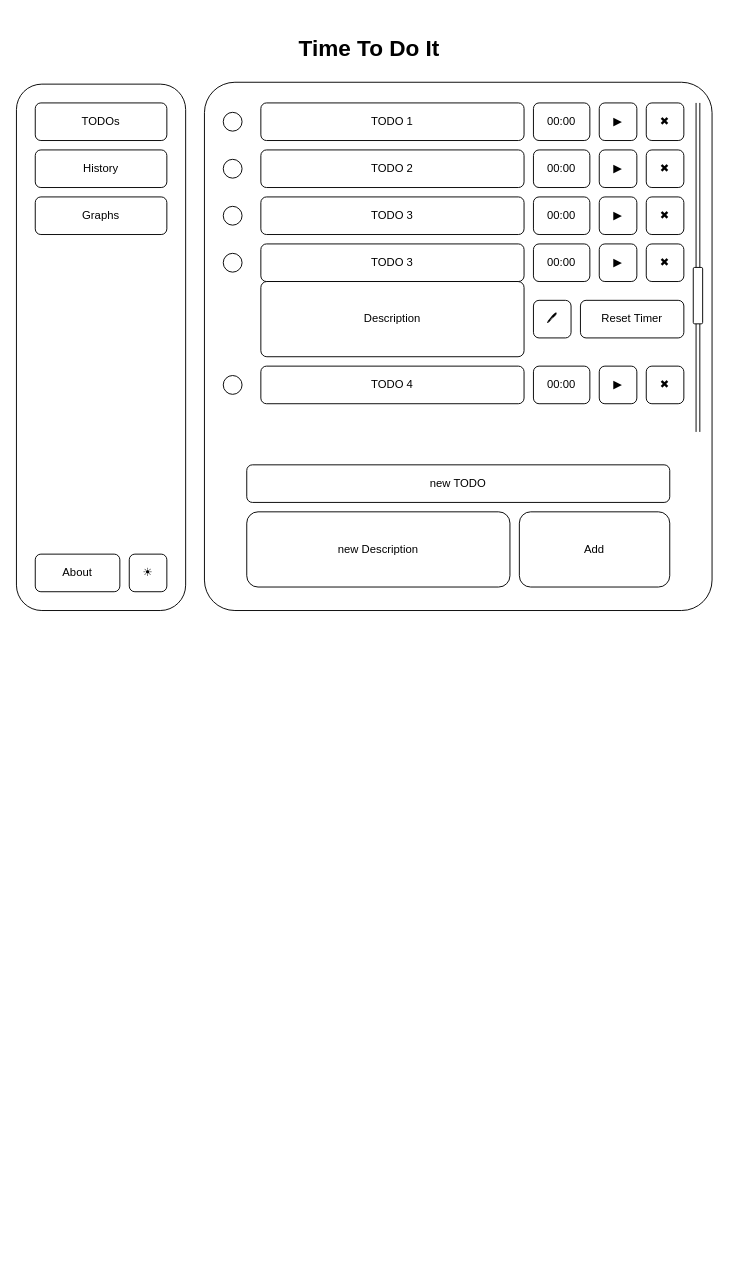
The draw.io diagram concept.dio in Icky50/time-to-do-it, before the edit. Source tidied: cells renumbered, new cells numbered last; positions are measured from the earlier drawing's top-left corner, leaving out a move shared by most shapes. Both pictures are drawn from the tidied source at 94%, with x=0, y=0 at pixel (16, 16).
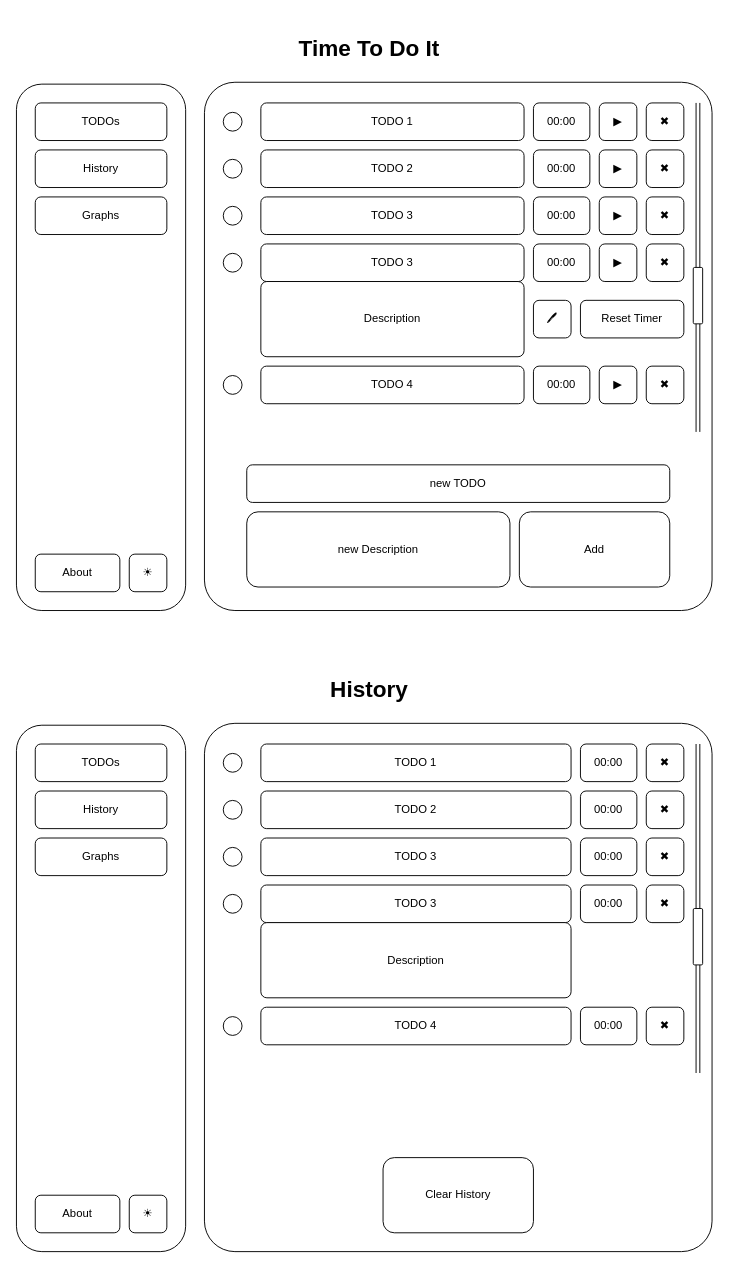
The same diagram, later.

Commit message:
added a concept drawing for the history page

The edit, as a diff of the source:
```diff
@@
+    <mxCell id="44" style="rounded=1;whiteSpace=wrap;html=1;" parent="1" vertex="1">
+      <mxGeometry y="754" width="180" height="560" as="geometry" />
+    </mxCell>
+    <mxCell id="45" style="rounded=1;whiteSpace=wrap;html=1;arcSize=6;" parent="1" vertex="1">
+      <mxGeometry x="200" y="752" width="540" height="562" as="geometry" />
+    </mxCell>
+    <mxCell id="46" value="TODOs" style="rounded=1;whiteSpace=wrap;html=1;" parent="1" vertex="1">
+      <mxGeometry x="20" y="774" width="140" height="40" as="geometry" />
+    </mxCell>
+    <mxCell id="47" value="History" style="rounded=1;whiteSpace=wrap;html=1;" parent="1" vertex="1">
+      <mxGeometry x="20" y="824" width="140" height="40" as="geometry" />
+    </mxCell>
+    <mxCell id="48" value="Graphs" style="rounded=1;whiteSpace=wrap;html=1;" parent="1" vertex="1">
+      <mxGeometry x="20" y="874" width="140" height="40" as="geometry" />
+    </mxCell>
+    <mxCell id="49" style="ellipse;whiteSpace=wrap;html=1;" parent="1" vertex="1">
+      <mxGeometry x="220" y="784" width="20" height="20" as="geometry" />
+    </mxCell>
+    <mxCell id="50" value="TODO 1" style="rounded=1;whiteSpace=wrap;html=1;" parent="1" vertex="1">
+      <mxGeometry x="260" y="774" width="330" height="40" as="geometry" />
+    </mxCell>
+    <mxCell id="51" value="✖" style="rounded=1;whiteSpace=wrap;html=1;" parent="1" vertex="1">
+      <mxGeometry x="670" y="774" width="40" height="40" as="geometry" />
+    </mxCell>
+    <mxCell id="52" value="00:00" style="rounded=1;whiteSpace=wrap;html=1;" parent="1" vertex="1">
+      <mxGeometry x="600" y="774" width="60" height="40" as="geometry" />
+    </mxCell>
+    <mxCell id="53" style="ellipse;whiteSpace=wrap;html=1;" parent="1" vertex="1">
+      <mxGeometry x="220" y="834" width="20" height="20" as="geometry" />
+    </mxCell>
+    <mxCell id="54" value="TODO 2" style="rounded=1;whiteSpace=wrap;html=1;" parent="1" vertex="1">
+      <mxGeometry x="260" y="824" width="330" height="40" as="geometry" />
+    </mxCell>
+    <mxCell id="55" value="✖" style="rounded=1;whiteSpace=wrap;html=1;" parent="1" vertex="1">
+      <mxGeometry x="670" y="824" width="40" height="40" as="geometry" />
+    </mxCell>
+    <mxCell id="56" value="00:00" style="rounded=1;whiteSpace=wrap;html=1;" parent="1" vertex="1">
+      <mxGeometry x="600" y="824" width="60" height="40" as="geometry" />
+    </mxCell>
+    <mxCell id="57" style="ellipse;whiteSpace=wrap;html=1;" parent="1" vertex="1">
+      <mxGeometry x="220" y="884" width="20" height="20" as="geometry" />
+    </mxCell>
+    <mxCell id="58" value="TODO 3" style="rounded=1;whiteSpace=wrap;html=1;" parent="1" vertex="1">
+      <mxGeometry x="260" y="874" width="330" height="40" as="geometry" />
+    </mxCell>
+    <mxCell id="59" value="✖" style="rounded=1;whiteSpace=wrap;html=1;" parent="1" vertex="1">
+      <mxGeometry x="670" y="874" width="40" height="40" as="geometry" />
+    </mxCell>
+    <mxCell id="60" value="00:00" style="rounded=1;whiteSpace=wrap;html=1;" parent="1" vertex="1">
+      <mxGeometry x="600" y="874" width="60" height="40" as="geometry" />
+    </mxCell>
+    <mxCell id="61" style="shape=link;html=1;" parent="1" edge="1" source="63">
+      <mxGeometry relative="1" as="geometry">
+        <mxPoint x="725" y="1124" as="targetPoint" />
+      </mxGeometry>
+    </mxCell>
+    <mxCell id="62" style="shape=link;html=1;" parent="1" edge="1" target="63">
+      <mxGeometry relative="1" as="geometry">
+        <mxPoint x="725" y="774" as="sourcePoint" />
+      </mxGeometry>
+    </mxCell>
+    <mxCell id="63" style="rounded=1;whiteSpace=wrap;html=1;" parent="1" vertex="1">
+      <mxGeometry x="720" y="949" width="10" height="60" as="geometry" />
+    </mxCell>
+    <mxCell id="64" style="ellipse;whiteSpace=wrap;html=1;" parent="1" vertex="1">
+      <mxGeometry x="220" y="934" width="20" height="20" as="geometry" />
+    </mxCell>
+    <mxCell id="65" value="TODO 3" style="rounded=1;whiteSpace=wrap;html=1;strokeColor=default;" parent="1" vertex="1">
+      <mxGeometry x="260" y="924" width="330" height="40" as="geometry" />
+    </mxCell>
+    <mxCell id="66" value="✖" style="rounded=1;whiteSpace=wrap;html=1;" parent="1" vertex="1">
+      <mxGeometry x="670" y="924" width="40" height="40" as="geometry" />
+    </mxCell>
+    <mxCell id="67" value="00:00" style="rounded=1;whiteSpace=wrap;html=1;" parent="1" vertex="1">
+      <mxGeometry x="600" y="924" width="60" height="40" as="geometry" />
+    </mxCell>
+    <mxCell id="68" value="About" style="rounded=1;whiteSpace=wrap;html=1;" parent="1" vertex="1">
+      <mxGeometry x="20" y="1254" width="90" height="40" as="geometry" />
+    </mxCell>
+    <mxCell id="69" value="Description" style="rounded=1;whiteSpace=wrap;html=1;strokeColor=default;arcSize=8;" parent="1" vertex="1">
+      <mxGeometry x="260" y="964" width="330" height="80" as="geometry" />
+    </mxCell>
+    <mxCell id="70" style="ellipse;whiteSpace=wrap;html=1;" parent="1" vertex="1">
+      <mxGeometry x="220" y="1064" width="20" height="20" as="geometry" />
+    </mxCell>
+    <mxCell id="71" value="TODO 4" style="rounded=1;whiteSpace=wrap;html=1;" parent="1" vertex="1">
+      <mxGeometry x="260" y="1054" width="330" height="40" as="geometry" />
+    </mxCell>
+    <mxCell id="72" value="✖" style="rounded=1;whiteSpace=wrap;html=1;" parent="1" vertex="1">
+      <mxGeometry x="670" y="1054" width="40" height="40" as="geometry" />
+    </mxCell>
+    <mxCell id="73" value="00:00" style="rounded=1;whiteSpace=wrap;html=1;" parent="1" vertex="1">
+      <mxGeometry x="600" y="1054" width="60" height="40" as="geometry" />
+    </mxCell>
+    <mxCell id="74" value="☀" style="rounded=1;whiteSpace=wrap;html=1;" parent="1" vertex="1">
+      <mxGeometry x="120" y="1254" width="40" height="40" as="geometry" />
+    </mxCell>
+    <mxCell id="75" value="Clear History" style="rounded=1;whiteSpace=wrap;html=1;" parent="1" vertex="1">
+      <mxGeometry x="390" y="1214" width="160" height="80" as="geometry" />
+    </mxCell>
+    <mxCell id="76" value="&lt;h1&gt;History&lt;/h1&gt;" style="text;html=1;align=center;verticalAlign=middle;strokeColor=none;fillColor=none;" parent="1" vertex="1">
+      <mxGeometry x="320" y="682" width="110" height="70" as="geometry" />
+    </mxCell>
```
